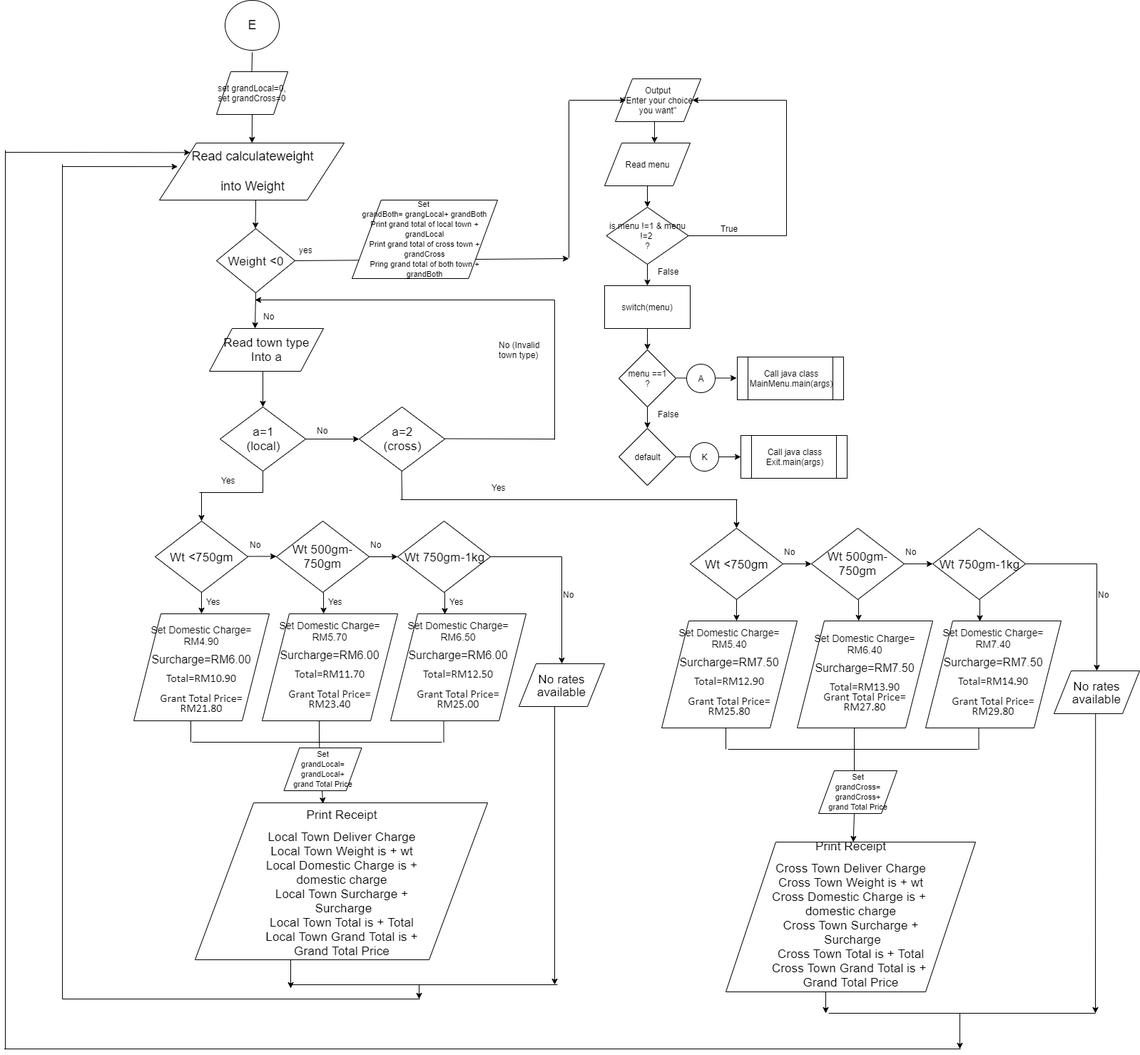
Earlier version of the draw.io export flowchart assign 2.png (gohfangyao/Same-Day-Delivery). Source tidied: cells renumbered, new cells last; positions are measured from the earlier drawing's top-left corner, leaving out a move shared by most shapes.
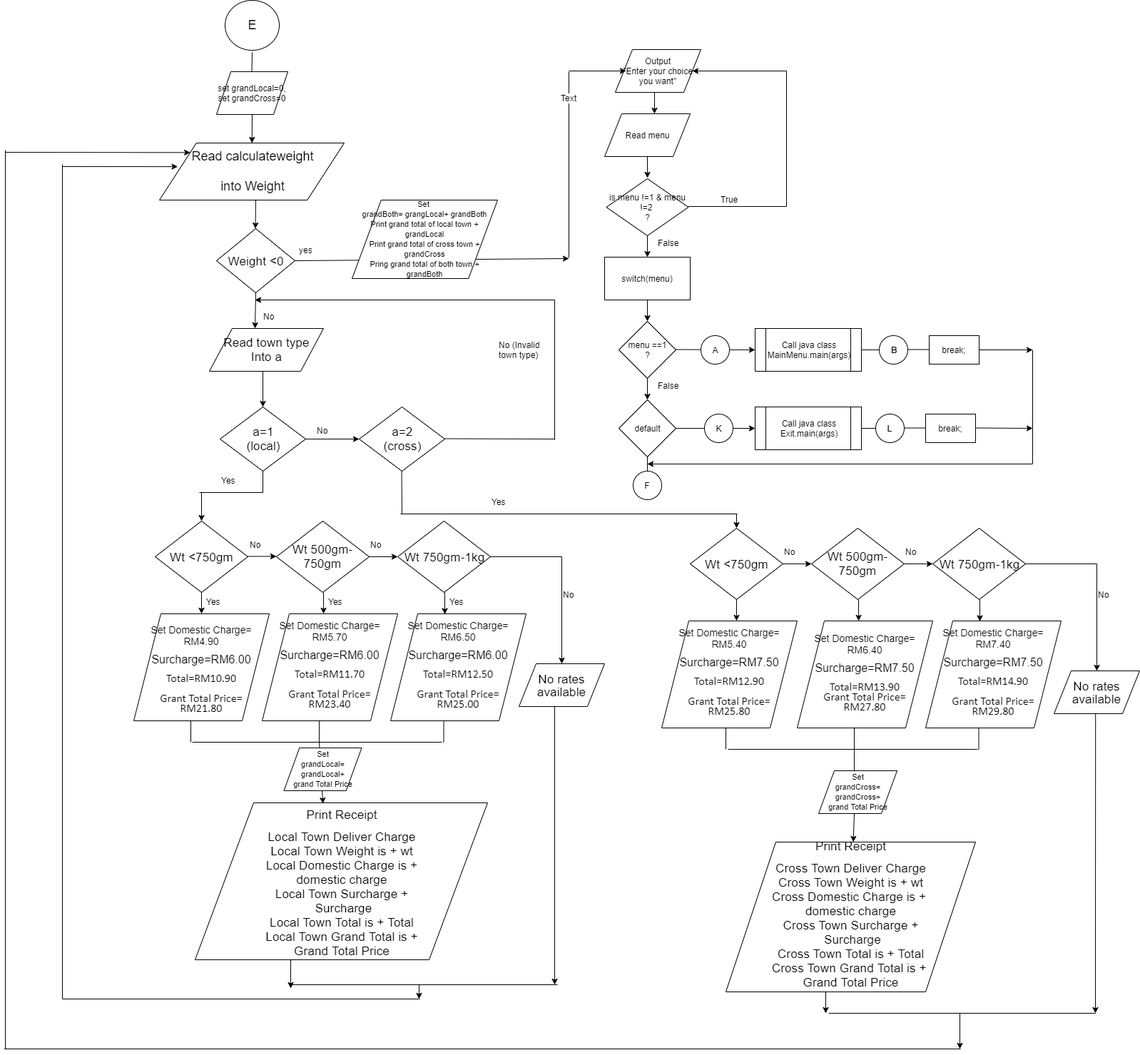
Later version of the same file.

Change to the diagram source:
```diff
@@ -181,13 +181,13 @@
     </mxCell>
     <mxCell id="44" style="endArrow=none;html=1;" parent="1" edge="1">
       <mxGeometry relative="1" as="geometry">
-        <mxPoint x="556" y="700" as="sourcePoint" />
-        <mxPoint x="1028" y="700" as="targetPoint" />
+        <mxPoint x="556" y="720" as="sourcePoint" />
+        <mxPoint x="1028" y="720" as="targetPoint" />
       </mxGeometry>
     </mxCell>
     <mxCell id="45" style="endArrow=classic;html=1;entryX=0.5;entryY=0;entryDx=0;entryDy=0;" parent="1" edge="1">
       <mxGeometry relative="1" as="geometry">
-        <mxPoint x="1027" y="700" as="sourcePoint" />
+        <mxPoint x="1027" y="720" as="sourcePoint" />
         <mxPoint x="1027" y="740" as="targetPoint" />
       </mxGeometry>
     </mxCell>
@@ -296,7 +296,7 @@
     <mxCell id="64" style="endArrow=none;html=1;" parent="1" edge="1">
       <mxGeometry relative="1" as="geometry">
         <mxPoint x="557.5" y="660" as="sourcePoint" />
-        <mxPoint x="558" y="700" as="targetPoint" />
+        <mxPoint x="558" y="720" as="targetPoint" />
       </mxGeometry>
     </mxCell>
     <mxCell id="65" value="&lt;p class=&quot;MsoNormal&quot; align=&quot;center&quot;&gt;&lt;font style=&quot;font-size: 14px&quot;&gt;&lt;span style=&quot;line-height: 14.98px&quot;&gt;Set&amp;nbsp;&lt;/span&gt;Domestic Charge= RM5.40&lt;/font&gt;&lt;/p&gt;&lt;p class=&quot;MsoNormal&quot; align=&quot;center&quot;&gt;&lt;span style=&quot;line-height: 12.84px&quot;&gt;&lt;font size=&quot;3&quot;&gt;Surcharge=RM7.50&lt;/font&gt;&lt;/span&gt;&lt;/p&gt;&lt;p class=&quot;MsoNormal&quot; align=&quot;center&quot;&gt;&lt;span style=&quot;line-height: 12.84px ; font-family: &amp;#34;calibri&amp;#34; , sans-serif&quot;&gt;&lt;font size=&quot;3&quot;&gt;Total&lt;/font&gt;&lt;/span&gt;&lt;span style=&quot;line-height: 12.84px ; font-family: &amp;#34;calibri&amp;#34; , sans-serif&quot;&gt;&lt;font size=&quot;3&quot;&gt;=RM12.90&lt;br&gt;&lt;br&gt;Grant Total Price=&lt;br&gt;RM25.80&lt;/font&gt;&lt;/span&gt;&lt;br&gt;&lt;/p&gt;" style="shape=parallelogram;perimeter=parallelogramPerimeter;whiteSpace=wrap;html=1;" parent="1" vertex="1">
@@ -315,7 +315,7 @@
       <mxGeometry x="303" y="660" width="40" height="30" as="geometry" />
     </mxCell>
     <mxCell id="70" value="Yes" style="text;html=1;" parent="1" vertex="1">
-      <mxGeometry x="682" y="670" width="40" height="30" as="geometry" />
+      <mxGeometry x="682" y="690" width="40" height="30" as="geometry" />
     </mxCell>
     <mxCell id="71" value="No" style="text;html=1;" parent="1" vertex="1">
       <mxGeometry x="343" y="750" width="40" height="30" as="geometry" />
@@ -401,101 +401,105 @@
       </mxGeometry>
     </mxCell>
     <mxCell id="90" value="Output&lt;br&gt;&quot;Enter your choice you want&quot;" style="shape=parallelogram;perimeter=parallelogramPerimeter;whiteSpace=wrap;html=1;" parent="1" vertex="1">
-      <mxGeometry x="857" y="110" width="120" height="60" as="geometry" />
+      <mxGeometry x="857" y="69" width="120" height="60" as="geometry" />
     </mxCell>
     <mxCell id="91" value="Read menu" style="shape=parallelogram;perimeter=parallelogramPerimeter;whiteSpace=wrap;html=1;" parent="1" vertex="1">
-      <mxGeometry x="842" y="200" width="120" height="60" as="geometry" />
+      <mxGeometry x="842" y="159" width="120" height="60" as="geometry" />
     </mxCell>
     <mxCell id="92" value="is menu !=1 &amp;amp; menu !=2 &lt;br&gt;?" style="rhombus;whiteSpace=wrap;html=1;" parent="1" vertex="1">
-      <mxGeometry x="844.5" y="290" width="115" height="80" as="geometry" />
+      <mxGeometry x="844.5" y="250" width="115" height="80" as="geometry" />
     </mxCell>
     <mxCell id="93" value="switch(menu)" style="rounded=0;whiteSpace=wrap;html=1;" parent="1" vertex="1">
-      <mxGeometry x="842" y="400" width="120" height="60" as="geometry" />
+      <mxGeometry x="842" y="360" width="120" height="60" as="geometry" />
     </mxCell>
     <mxCell id="94" value="menu ==1&lt;br&gt;?" style="rhombus;whiteSpace=wrap;html=1;" parent="1" vertex="1">
-      <mxGeometry x="862" y="490" width="80" height="80" as="geometry" />
+      <mxGeometry x="862" y="450" width="80" height="80" as="geometry" />
     </mxCell>
     <mxCell id="95" value="default" style="rhombus;whiteSpace=wrap;html=1;" parent="1" vertex="1">
-      <mxGeometry x="862" y="600" width="80" height="80" as="geometry" />
+      <mxGeometry x="862" y="560" width="80" height="80" as="geometry" />
     </mxCell>
     <mxCell id="96" value="Call java class&lt;br&gt;MainMenu.main(args)" style="shape=process;whiteSpace=wrap;html=1;backgroundOutline=1;" parent="1" vertex="1">
-      <mxGeometry x="1028" y="500" width="149" height="60" as="geometry" />
+      <mxGeometry x="1053" y="460" width="149" height="60" as="geometry" />
     </mxCell>
     <mxCell id="97" value="Call java class&lt;br&gt;Exit.main(args)" style="shape=process;whiteSpace=wrap;html=1;backgroundOutline=1;" parent="1" vertex="1">
-      <mxGeometry x="1033" y="610" width="149" height="60" as="geometry" />
+      <mxGeometry x="1053" y="570" width="149" height="60" as="geometry" />
     </mxCell>
     <mxCell id="98" style="endArrow=classic;html=1;entryX=0.583;entryY=0;entryDx=0;entryDy=0;entryPerimeter=0;" parent="1" edge="1" target="91">
       <mxGeometry relative="1" as="geometry">
-        <mxPoint x="912" y="170" as="sourcePoint" />
+        <mxPoint x="912" y="129" as="sourcePoint" />
       </mxGeometry>
     </mxCell>
-    <mxCell id="99" style="endArrow=classic;html=1;" parent="1" edge="1" target="92">
+    <mxCell id="99" style="endArrow=classic;html=1;" parent="1" edge="1">
       <mxGeometry relative="1" as="geometry">
-        <mxPoint x="902" y="260" as="sourcePoint" />
+        <mxPoint x="902" y="219" as="sourcePoint" />
+        <mxPoint x="902" y="249" as="targetPoint" />
       </mxGeometry>
     </mxCell>
     <mxCell id="100" style="endArrow=classic;html=1;entryX=0.5;entryY=0;entryDx=0;entryDy=0;" parent="1" edge="1" target="93">
       <mxGeometry relative="1" as="geometry">
-        <mxPoint x="902" y="370" as="sourcePoint" />
+        <mxPoint x="902" y="330" as="sourcePoint" />
       </mxGeometry>
     </mxCell>
-    <mxCell id="101" style="endArrow=classic;html=1;" parent="1" edge="1">
+    <mxCell id="101" style="endArrow=classic;html=1;entryX=0;entryY=0.5;entryDx=0;entryDy=0;" parent="1" edge="1" target="96">
       <mxGeometry relative="1" as="geometry">
-        <mxPoint x="943" y="529.5" as="sourcePoint" />
-        <mxPoint x="1027" y="529.5" as="targetPoint" />
+        <mxPoint x="942" y="489.5" as="sourcePoint" />
       </mxGeometry>
     </mxCell>
     <mxCell id="102" style="endArrow=classic;html=1;entryX=0.5;entryY=0;entryDx=0;entryDy=0;" parent="1" edge="1" target="94">
       <mxGeometry relative="1" as="geometry">
-        <mxPoint x="902" y="460" as="sourcePoint" />
+        <mxPoint x="902" y="420" as="sourcePoint" />
       </mxGeometry>
     </mxCell>
     <mxCell id="103" style="endArrow=none;html=1;" parent="1" edge="1">
       <mxGeometry relative="1" as="geometry">
-        <mxPoint x="959.5" y="330" as="sourcePoint" />
-        <mxPoint x="1097" y="330" as="targetPoint" />
+        <mxPoint x="959.5" y="289" as="sourcePoint" />
+        <mxPoint x="1097" y="289" as="targetPoint" />
       </mxGeometry>
     </mxCell>
     <mxCell id="104" style="endArrow=none;html=1;" parent="1" edge="1">
       <mxGeometry relative="1" as="geometry">
-        <mxPoint x="1097" y="330" as="sourcePoint" />
-        <mxPoint x="1097" y="140" as="targetPoint" />
+        <mxPoint x="1097" y="289" as="sourcePoint" />
+        <mxPoint x="1097" y="99" as="targetPoint" />
       </mxGeometry>
     </mxCell>
     <mxCell id="105" style="endArrow=classic;html=1;entryX=1;entryY=0.5;entryDx=0;entryDy=0;" parent="1" edge="1" target="90">
       <mxGeometry relative="1" as="geometry">
-        <mxPoint x="1097" y="140" as="sourcePoint" />
+        <mxPoint x="1097" y="99" as="sourcePoint" />
       </mxGeometry>
     </mxCell>
     <mxCell id="106" value="True" style="text;html=1;align=center;verticalAlign=middle;" parent="1" vertex="1">
-      <mxGeometry x="997" y="310" width="40" height="20" as="geometry" />
+      <mxGeometry x="997" y="269" width="40" height="20" as="geometry" />
     </mxCell>
     <mxCell id="107" value="False" style="text;html=1;align=center;verticalAlign=middle;" parent="1" vertex="1">
-      <mxGeometry x="907" y="570" width="50" height="20" as="geometry" />
+      <mxGeometry x="907" y="530" width="50" height="20" as="geometry" />
     </mxCell>
-    <mxCell id="108" style="endArrow=classic;html=1;entryX=0.5;entryY=0;entryDx=0;entryDy=0;" parent="1" edge="1" target="95">
+    <mxCell id="108" style="endArrow=classic;html=1;entryX=0.5;entryY=0;entryDx=0;entryDy=0;" parent="1" edge="1">
       <mxGeometry relative="1" as="geometry">
-        <mxPoint x="902" y="570" as="sourcePoint" />
+        <mxPoint x="902" y="530" as="sourcePoint" />
+        <mxPoint x="902" y="560" as="targetPoint" />
       </mxGeometry>
     </mxCell>
     <mxCell id="109" style="endArrow=classic;html=1;entryX=0;entryY=0.5;entryDx=0;entryDy=0;" parent="1" edge="1" source="121" target="97">
       <mxGeometry relative="1" as="geometry" />
     </mxCell>
     <mxCell id="110" value="False" style="text;html=1;align=center;verticalAlign=middle;" parent="1" vertex="1">
-      <mxGeometry x="907" y="370" width="50" height="20" as="geometry" />
+      <mxGeometry x="907" y="330" width="50" height="20" as="geometry" />
     </mxCell>
     <mxCell id="111" style="endArrow=classic;html=1;" parent="1" edge="1">
       <mxGeometry relative="1" as="geometry">
-        <mxPoint x="792" y="140" as="sourcePoint" />
-        <mxPoint x="872" y="140" as="targetPoint" />
+        <mxPoint x="792" y="99" as="sourcePoint" />
+        <mxPoint x="872" y="99" as="targetPoint" />
       </mxGeometry>
     </mxCell>
     <mxCell id="112" style="endArrow=none;html=1;" parent="1" edge="1">
       <mxGeometry relative="1" as="geometry">
         <mxPoint x="792" y="361" as="sourcePoint" />
-        <mxPoint x="792" y="141" as="targetPoint" />
+        <mxPoint x="792" y="100" as="targetPoint" />
       </mxGeometry>
     </mxCell>
+    <mxCell id="124" value="Text" style="text;html=1;align=center;verticalAlign=middle;labelBackgroundColor=#ffffff;" parent="112" vertex="1">
+      <mxGeometry x="0.72" y="1" relative="1" as="geometry" />
+    </mxCell>
     <mxCell id="113" value="&lt;font style=&quot;font-size: 11px&quot;&gt;Set&lt;br&gt;grandLocal=&lt;br&gt;grandLocal+&lt;br&gt;grand Total Price&lt;/font&gt;" style="shape=parallelogram;perimeter=parallelogramPerimeter;whiteSpace=wrap;html=1;" parent="1" vertex="1">
       <mxGeometry x="392.5" y="1048" width="109" height="60" as="geometry" />
     </mxCell>
@@ -529,15 +533,81 @@
       </mxGeometry>
     </mxCell>
     <mxCell id="121" value="K" style="ellipse;whiteSpace=wrap;html=1;" parent="1" vertex="1">
-      <mxGeometry x="962" y="620" width="40" height="40" as="geometry" />
+      <mxGeometry x="982" y="580" width="40" height="40" as="geometry" />
     </mxCell>
-    <mxCell id="122" style="endArrow=none;html=1;entryX=0;entryY=0.5;entryDx=0;entryDy=0;" parent="1" edge="1" target="121">
-      <mxGeometry relative="1" as="geometry">
-        <mxPoint x="942" y="640" as="sourcePoint" />
-      </mxGeometry>
+    <mxCell id="122" style="endArrow=none;html=1;entryX=0;entryY=0.5;entryDx=0;entryDy=0;exitX=1;exitY=0.5;exitDx=0;exitDy=0;" parent="1" edge="1" source="95" target="121">
+      <mxGeometry relative="1" as="geometry" />
     </mxCell>
     <mxCell id="123" value="A" style="ellipse;whiteSpace=wrap;html=1;" parent="1" vertex="1">
-      <mxGeometry x="957" y="510" width="40" height="40" as="geometry" />
+      <mxGeometry x="977" y="470" width="40" height="40" as="geometry" />
     </mxCell>
+    <mxCell id="125" style="endArrow=none;html=1;" parent="1" edge="1">
+      <mxGeometry relative="1" as="geometry">
+        <mxPoint x="1202" y="490" as="sourcePoint" />
+        <mxPoint x="1227" y="490" as="targetPoint" />
+      </mxGeometry>
+    </mxCell>
+    <mxCell id="126" style="endArrow=none;html=1;" parent="1" edge="1">
+      <mxGeometry relative="1" as="geometry">
+        <mxPoint x="1202" y="600" as="sourcePoint" />
+        <mxPoint x="1222" y="600" as="targetPoint" />
+      </mxGeometry>
+    </mxCell>
+    <mxCell id="127" value="&lt;b&gt;B&lt;/b&gt;&lt;span style=&quot;color: rgba(0 , 0 , 0 , 0) ; font-family: monospace ; font-size: 0px ; white-space: nowrap&quot;&gt;%3CmxGraphModel%3E%3Croot%3E%3CmxCell%20id%3D%220%22%2F%3E%3CmxCell%20id%3D%221%22%20parent%3D%220%22%2F%3E%3CmxCell%20id%3D%222%22%20value%3D%22A%22%20style%3D%22ellipse%3BwhiteSpace%3Dwrap%3Bhtml%3D1%3Baspect%3Dfixed%3B%22%20vertex%3D%221%22%20parent%3D%221%22%3E%3CmxGeometry%20x%3D%22195%22%20y%3D%22480%22%20width%3D%2240%22%20height%3D%2240%22%20as%3D%22geometry%22%2F%3E%3C%2FmxCell%3E%3C%2Froot%3E%3C%2FmxGraphModel%3E&lt;/span&gt;&lt;span style=&quot;color: rgba(0 , 0 , 0 , 0) ; font-family: monospace ; font-size: 0px ; white-space: nowrap&quot;&gt;%3CmxGraphModel%3E%3Croot%3E%3CmxCell%20id%3D%220%22%2F%3E%3CmxCell%20id%3D%221%22%20parent%3D%220%22%2F%3E%3CmxCell%20id%3D%222%22%20value%3D%22A%22%20style%3D%22ellipse%3BwhiteSpace%3Dwrap%3Bhtml%3D1%3Baspect%3Dfixed%3B%22%20vertex%3D%221%22%20parent%3D%221%22%3E%3CmxGeometry%20x%3D%22195%22%20y%3D%22480%22%20width%3D%2240%22%20height%3D%2240%22%20as%3D%22geometry%22%2F%3E%3C%2FmxCell%3E%3C%2Froot%3E%3C%2FmxGraphModel%3E&lt;/span&gt;" style="ellipse;whiteSpace=wrap;html=1;" parent="1" vertex="1">
+      <mxGeometry x="1227" y="470" width="40" height="40" as="geometry" />
+    </mxCell>
+    <mxCell id="128" value="&lt;b&gt;L&lt;/b&gt;" style="ellipse;whiteSpace=wrap;html=1;" parent="1" vertex="1">
+      <mxGeometry x="1222" y="580" width="40" height="40" as="geometry" />
+    </mxCell>
+    <mxCell id="129" value="break;&lt;span style=&quot;color: rgba(0 , 0 , 0 , 0) ; font-family: monospace ; font-size: 0px ; white-space: nowrap&quot;&gt;%3CmxGraphModel%3E%3Croot%3E%3CmxCell%20id%3D%220%22%2F%3E%3CmxCell%20id%3D%221%22%20parent%3D%220%22%2F%3E%3CmxCell%20id%3D%222%22%20value%3D%22%22%20style%3D%22endArrow%3Dclassic%3Bhtml%3D1%3B%22%20edge%3D%221%22%20parent%3D%221%22%3E%3CmxGeometry%20width%3D%2250%22%20height%3D%2250%22%20relative%3D%221%22%20as%3D%22geometry%22%3E%3CmxPoint%20x%3D%22480%22%20y%3D%22500%22%20as%3D%22sourcePoint%22%2F%3E%3CmxPoint%20x%3D%22530%22%20y%3D%22500%22%20as%3D%22targetPoint%22%2F%3E%3C%2FmxGeometry%3E%3C%2FmxCell%3E%3C%2Froot%3E%3C%2FmxGraphModel%3E&lt;/span&gt;" style="rounded=0;whiteSpace=wrap;html=1;" parent="1" vertex="1">
+      <mxGeometry x="1297" y="470" width="70" height="40" as="geometry" />
+    </mxCell>
+    <mxCell id="130" value="break;&lt;span style=&quot;color: rgba(0 , 0 , 0 , 0) ; font-family: monospace ; font-size: 0px ; white-space: nowrap&quot;&gt;%3CmxGraphModel%3E%3Croot%3E%3CmxCell%20id%3D%220%22%2F%3E%3CmxCell%20id%3D%221%22%20parent%3D%220%22%2F%3E%3CmxCell%20id%3D%222%22%20value%3D%22%22%20style%3D%22endArrow%3Dclassic%3Bhtml%3D1%3B%22%20edge%3D%221%22%20parent%3D%221%22%3E%3CmxGeometry%20width%3D%2250%22%20height%3D%2250%22%20relative%3D%221%22%20as%3D%22geometry%22%3E%3CmxPoint%20x%3D%22480%22%20y%3D%22500%22%20as%3D%22sourcePoint%22%2F%3E%3CmxPoint%20x%3D%22530%22%20y%3D%22500%22%20as%3D%22targetPoint%22%2F%3E%3C%2FmxGeometry%3E%3C%2FmxCell%3E%3C%2Froot%3E%3C%2FmxGraphModel%3E&lt;/span&gt;" style="rounded=0;whiteSpace=wrap;html=1;" parent="1" vertex="1">
+      <mxGeometry x="1292" y="580" width="70" height="40" as="geometry" />
+    </mxCell>
+    <mxCell id="131" style="endArrow=none;html=1;entryX=0;entryY=0.488;entryDx=0;entryDy=0;entryPerimeter=0;" parent="1" edge="1" target="129">
+      <mxGeometry relative="1" as="geometry">
+        <mxPoint x="1267" y="489.5" as="sourcePoint" />
+      </mxGeometry>
+    </mxCell>
+    <mxCell id="132" style="endArrow=none;html=1;entryX=0;entryY=0.488;entryDx=0;entryDy=0;entryPerimeter=0;" parent="1" edge="1">
+      <mxGeometry relative="1" as="geometry">
+        <mxPoint x="1262" y="599.5" as="sourcePoint" />
+        <mxPoint x="1292" y="599.5" as="targetPoint" />
+      </mxGeometry>
+    </mxCell>
+    <mxCell id="133" style="endArrow=classic;html=1;" parent="1" edge="1">
+      <mxGeometry relative="1" as="geometry">
+        <mxPoint x="1367" y="490" as="sourcePoint" />
+        <mxPoint x="1442" y="490" as="targetPoint" />
+      </mxGeometry>
+    </mxCell>
+    <mxCell id="134" style="endArrow=classic;html=1;" parent="1" edge="1">
+      <mxGeometry relative="1" as="geometry">
+        <mxPoint x="1362" y="599.5" as="sourcePoint" />
+        <mxPoint x="1442" y="600" as="targetPoint" />
+      </mxGeometry>
+    </mxCell>
+    <mxCell id="135" style="endArrow=none;html=1;" parent="1" edge="1">
+      <mxGeometry relative="1" as="geometry">
+        <mxPoint x="902" y="640" as="sourcePoint" />
+        <mxPoint x="902" y="660" as="targetPoint" />
+      </mxGeometry>
+    </mxCell>
+    <mxCell id="136" value="F" style="ellipse;whiteSpace=wrap;html=1;" parent="1" vertex="1">
+      <mxGeometry x="882" y="660" width="40" height="40" as="geometry" />
+    </mxCell>
+    <mxCell id="137" style="endArrow=none;html=1;" parent="1" edge="1">
+      <mxGeometry relative="1" as="geometry">
+        <mxPoint x="1442" y="650" as="sourcePoint" />
+        <mxPoint x="1442" y="490" as="targetPoint" />
+      </mxGeometry>
+    </mxCell>
+    <mxCell id="138" style="endArrow=classic;html=1;" parent="1" edge="1">
+      <mxGeometry relative="1" as="geometry">
+        <mxPoint x="1442" y="650" as="sourcePoint" />
+        <mxPoint x="902" y="650" as="targetPoint" />
+      </mxGeometry>
+    </mxCell>
   </root>
 </mxGraphModel>
```
